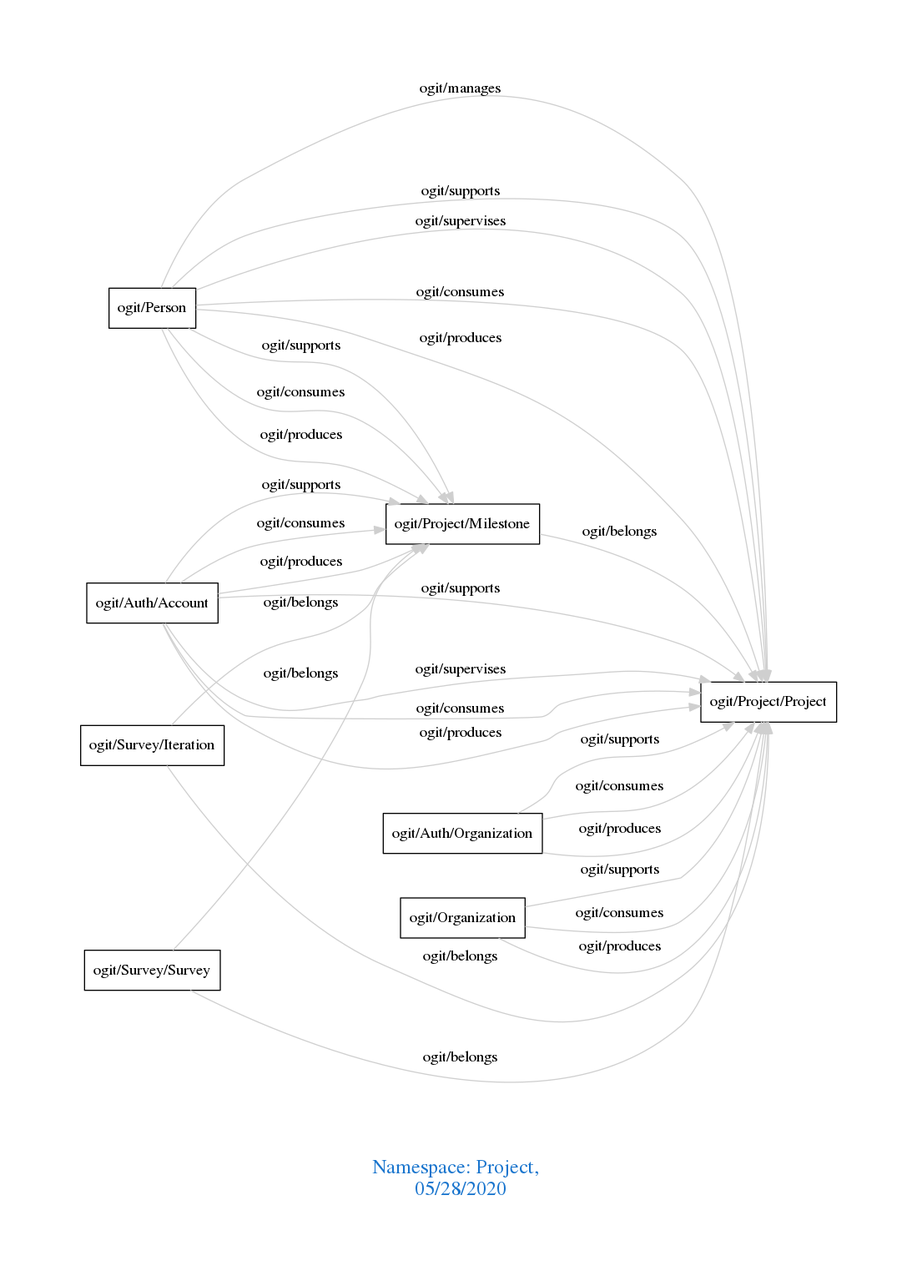
The Graphviz diagram downloads/Project.png in arago/OGIT, before a commit. Its source is kept beside it as downloads/Project.dot.
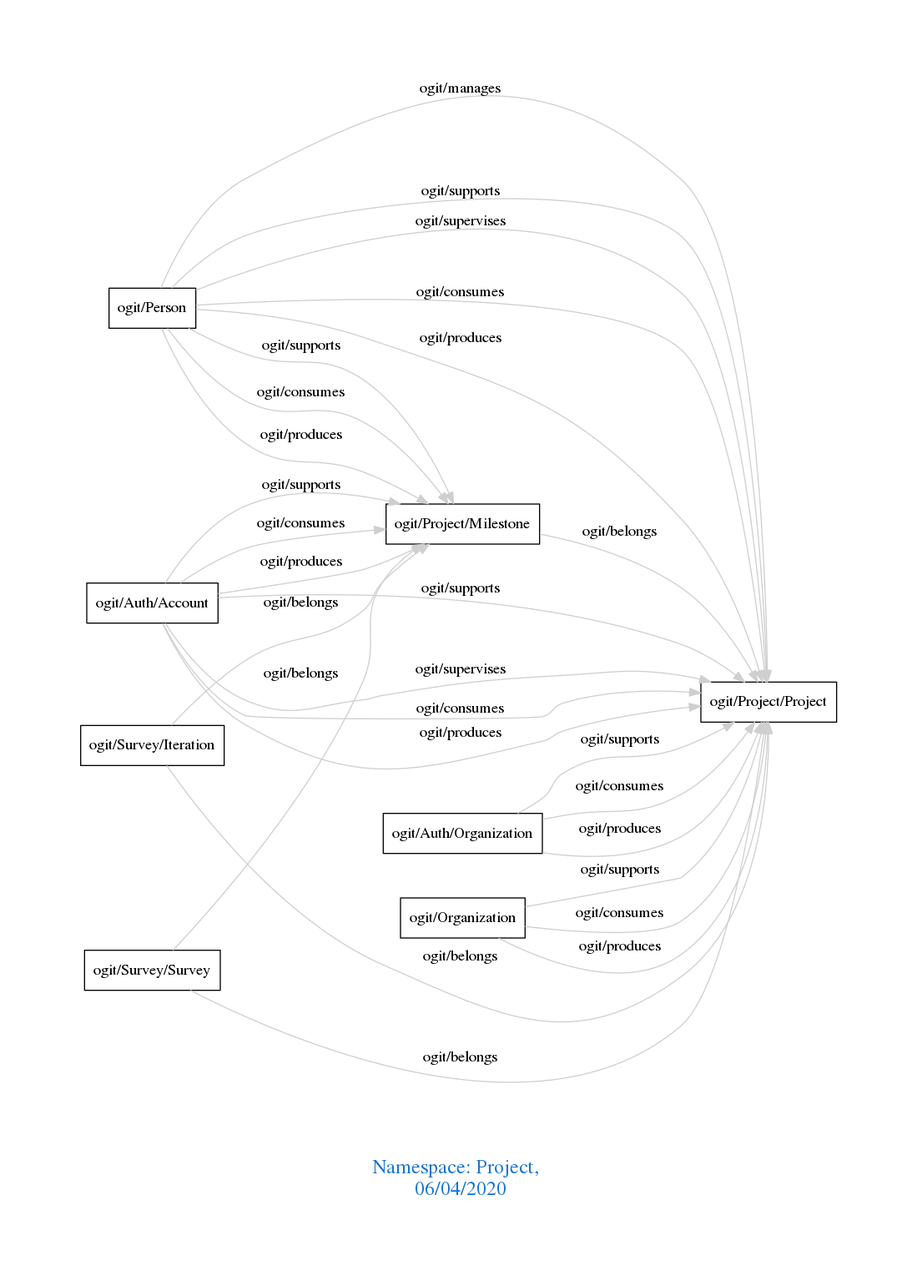
After the change.

The edit, as a diff of the source:
```diff
@@ -1,7 +1,7 @@
 digraph OGIT_ontology {
  graph [ rankdir= LR,pad=1
 fontsize = 18,
-fontcolor= dodgerblue3,label = "\n\n\nNamespace: Project, \n 05/28/2020"];
+fontcolor= dodgerblue3,label = "\n\n\nNamespace: Project, \n 06/04/2020"];
 node[shape=polygon];
 edge [  color="gray81"];
 
```
